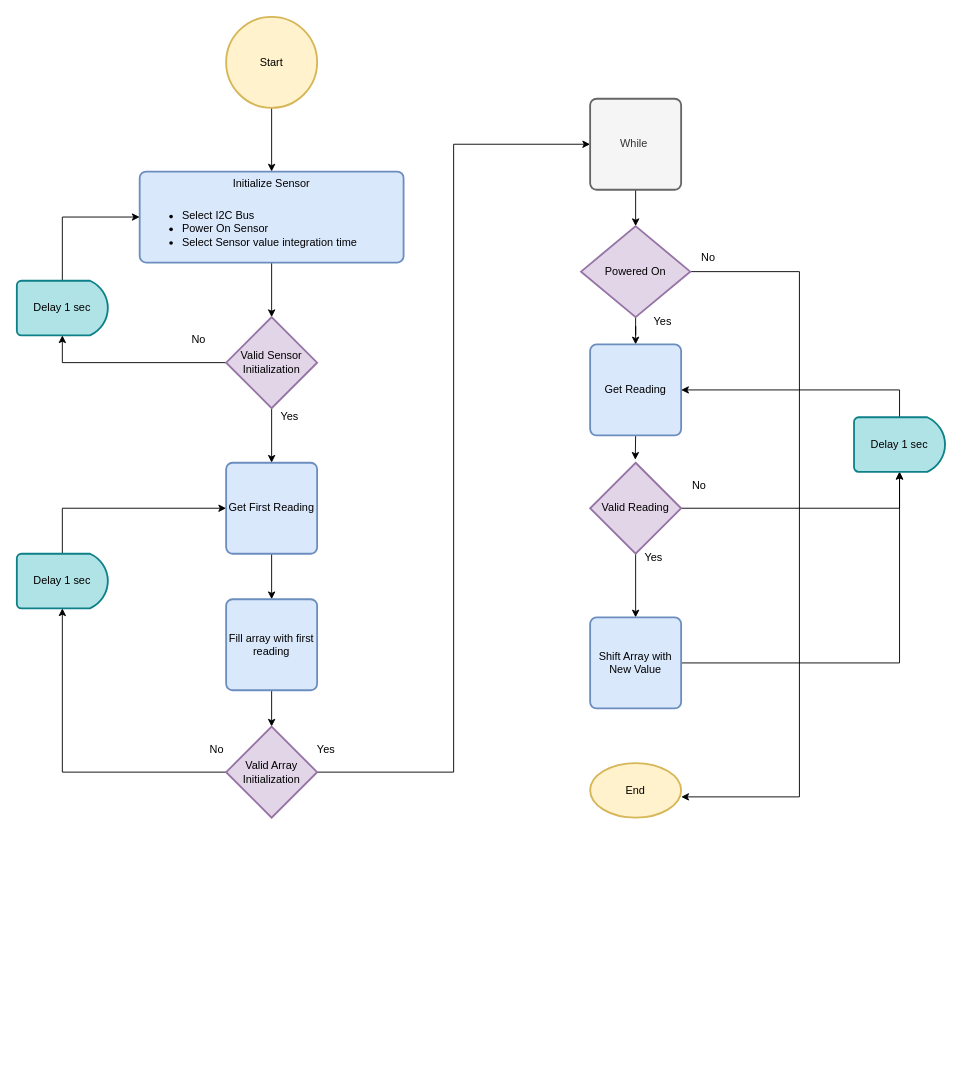
This is Lux-Sensor-System.drawio from aaMOUSA/aaMOUSA, a draw.io file, before an edit. Source tidied: cells renumbered, new cells numbered last; positions are measured from the earlier drawing's top-left corner, leaving out a move shared by most shapes. Both pictures are drawn from the tidied source at 91%, with x=0, y=0 at pixel (16, 16).
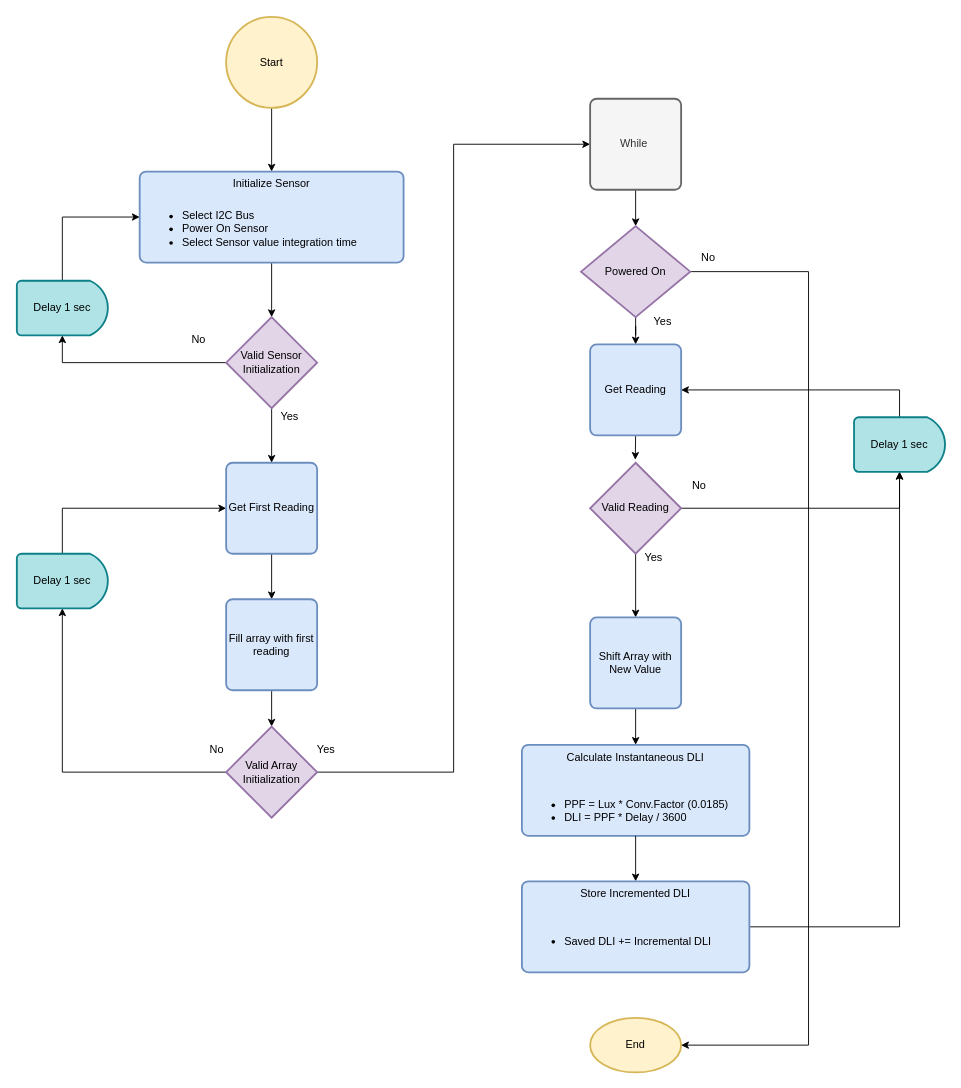
Above is the later version.

The change refers to these unchanged cells:
```xml
<mxCell id="21" value="Powered On" style="strokeWidth=2;html=1;shape=mxgraph.flowchart.decision;whiteSpace=wrap;fillColor=#e1d5e7;strokeColor=#9673a6;" parent="1" vertex="1">
  <mxGeometry x="620" y="230" width="120" height="100" as="geometry" />
</mxCell>
<mxCell id="28" value="Shift Array with New Value" style="rounded=1;whiteSpace=wrap;html=1;absoluteArcSize=1;arcSize=14;strokeWidth=2;fillColor=#dae8fc;strokeColor=#6c8ebf;" parent="1" vertex="1">
  <mxGeometry x="630" y="660" width="100" height="100" as="geometry" />
</mxCell>
<mxCell id="34" value="Delay 1 sec" style="strokeWidth=2;html=1;shape=mxgraph.flowchart.delay;whiteSpace=wrap;fillColor=#b0e3e6;strokeColor=#0e8088;" parent="1" vertex="1">
  <mxGeometry x="920" y="440" width="100" height="60" as="geometry" />
</mxCell>
```

What changed in the source:
```diff
@@
-    <mxCell id="20" style="edgeStyle=orthogonalEdgeStyle;rounded=0;jettySize=auto;html=1;exitX=1;exitY=0.5;exitDx=0;exitDy=0;exitPerimeter=0;entryX=1.001;entryY=0.62;entryDx=0;entryDy=0;entryPerimeter=0;" parent="1" edge="1" source="21" target="38">
+    <mxCell id="20" style="edgeStyle=orthogonalEdgeStyle;rounded=0;jettySize=auto;html=1;exitX=1;exitY=0.5;exitDx=0;exitDy=0;exitPerimeter=0;entryX=1;entryY=0.5;entryDx=0;entryDy=0;entryPerimeter=0;" parent="1" edge="1" source="21" target="38">
       <mxGeometry relative="1" as="geometry">
         <Array as="points">
-          <mxPoint x="860" y="280" />
-          <mxPoint x="860" y="857" />
+          <mxPoint x="870" y="280" />
+          <mxPoint x="870" y="1130" />
         </Array>
       </mxGeometry>
     </mxCell>
@@
-    <mxCell id="27" style="edgeStyle=orthogonalEdgeStyle;rounded=0;jettySize=auto;html=1;exitX=1;exitY=0.5;exitDx=0;exitDy=0;entryX=0.5;entryY=1;entryDx=0;entryDy=0;entryPerimeter=0;" parent="1" edge="1" source="28" target="34">
-      <mxGeometry relative="1" as="geometry" />
-    </mxCell>
+    <mxCell id="44" style="edgeStyle=orthogonalEdgeStyle;rounded=0;jettySize=auto;html=1;exitX=0.5;exitY=1;exitDx=0;exitDy=0;entryX=0.5;entryY=0;entryDx=0;entryDy=0;" parent="1" edge="1" source="28" target="45">
+      <mxGeometry relative="1" as="geometry" />
+    </mxCell>
@@
     <mxCell id="38" value="End" style="strokeWidth=2;html=1;shape=mxgraph.flowchart.start_1;whiteSpace=wrap;fillColor=#fff2cc;strokeColor=#d6b656;" parent="1" vertex="1">
-      <mxGeometry x="630" y="820" width="100" height="60" as="geometry" />
+      <mxGeometry x="630" y="1100" width="100" height="60" as="geometry" />
     </mxCell>
@@
+    <mxCell id="45" value="Calculate Instantaneous DLI" style="rounded=1;whiteSpace=wrap;html=1;absoluteArcSize=1;arcSize=14;strokeWidth=2;fillColor=#dae8fc;strokeColor=#6c8ebf;verticalAlign=top;" parent="1" vertex="1">
+      <mxGeometry x="555" y="800" width="250" height="100" as="geometry" />
+    </mxCell>
+    <mxCell id="46" style="edgeStyle=orthogonalEdgeStyle;rounded=0;jettySize=auto;html=1;exitX=0.5;exitY=1;exitDx=0;exitDy=0;entryX=0.5;entryY=0;entryDx=0;entryDy=0;" parent="1" edge="1" source="47" target="49">
+      <mxGeometry relative="1" as="geometry" />
+    </mxCell>
+    <mxCell id="47" value="&lt;ul&gt;&lt;li&gt;PPF = Lux * Conv.Factor (0.0185)&lt;/li&gt;&lt;li&gt;DLI = PPF * Delay / 3600&lt;/li&gt;&lt;/ul&gt;" style="text;html=1;strokeColor=none;fillColor=none;align=left;verticalAlign=top;whiteSpace=wrap;rounded=0;" parent="1" vertex="1">
+      <mxGeometry x="560" y="840" width="240" height="60" as="geometry" />
+    </mxCell>
+    <mxCell id="48" style="edgeStyle=orthogonalEdgeStyle;rounded=0;jettySize=auto;html=1;exitX=1;exitY=0.5;exitDx=0;exitDy=0;entryX=0.5;entryY=1;entryDx=0;entryDy=0;entryPerimeter=0;" parent="1" edge="1" source="49" target="34">
+      <mxGeometry relative="1" as="geometry" />
+    </mxCell>
+    <mxCell id="49" value="Store Incremented DLI" style="rounded=1;whiteSpace=wrap;html=1;absoluteArcSize=1;arcSize=14;strokeWidth=2;fillColor=#dae8fc;strokeColor=#6c8ebf;verticalAlign=top;" parent="1" vertex="1">
+      <mxGeometry x="555" y="950" width="250" height="100" as="geometry" />
+    </mxCell>
+    <mxCell id="50" value="&lt;ul&gt;&lt;li&gt;Saved DLI += Incremental DLI&lt;/li&gt;&lt;/ul&gt;" style="text;html=1;strokeColor=none;fillColor=none;align=left;verticalAlign=top;whiteSpace=wrap;rounded=0;" parent="1" vertex="1">
+      <mxGeometry x="560" y="990" width="240" height="60" as="geometry" />
+    </mxCell>
```
